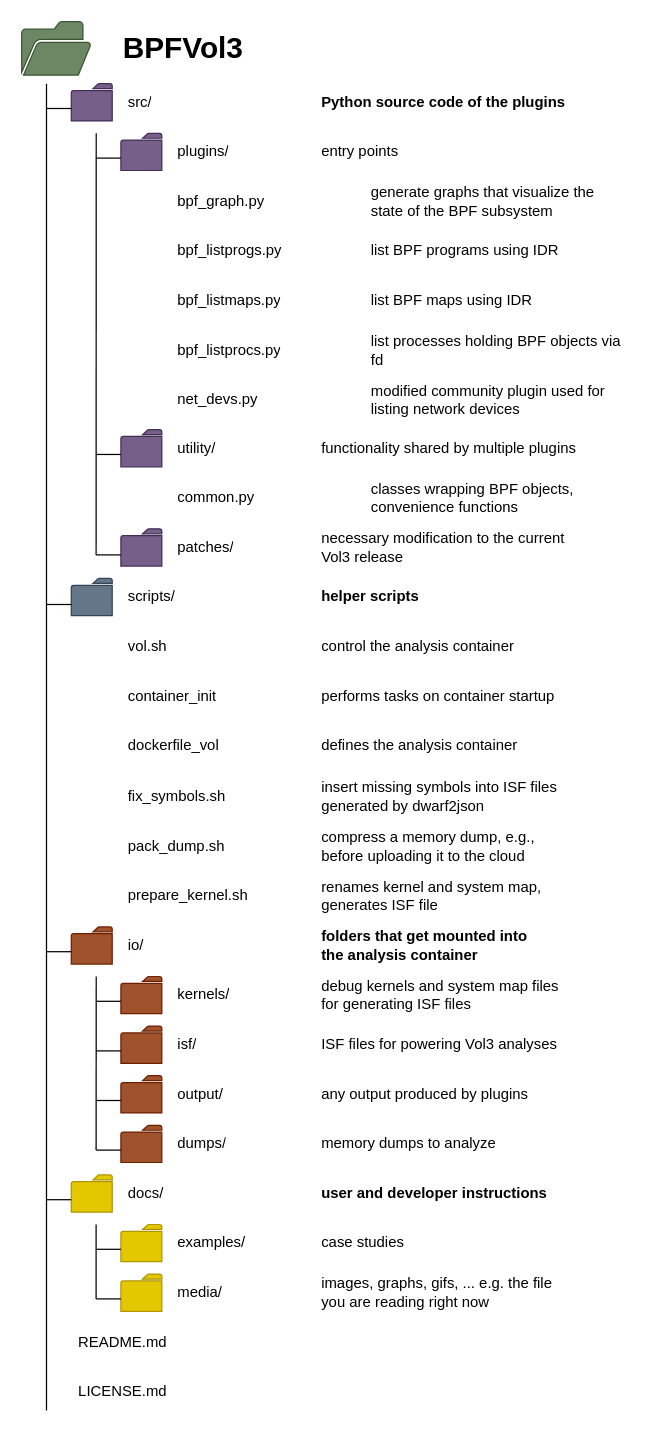
Above: docs/media/general_docs.drawio in vobst/BPFVol3 (draw.io), before the change. Source tidied: cells renumbered, new cells numbered last; positions are measured from the earlier drawing's top-left corner, leaving out a move shared by most shapes. Both pictures are drawn from the tidied source at 124%, with x=0, y=0 at pixel (21, 21).
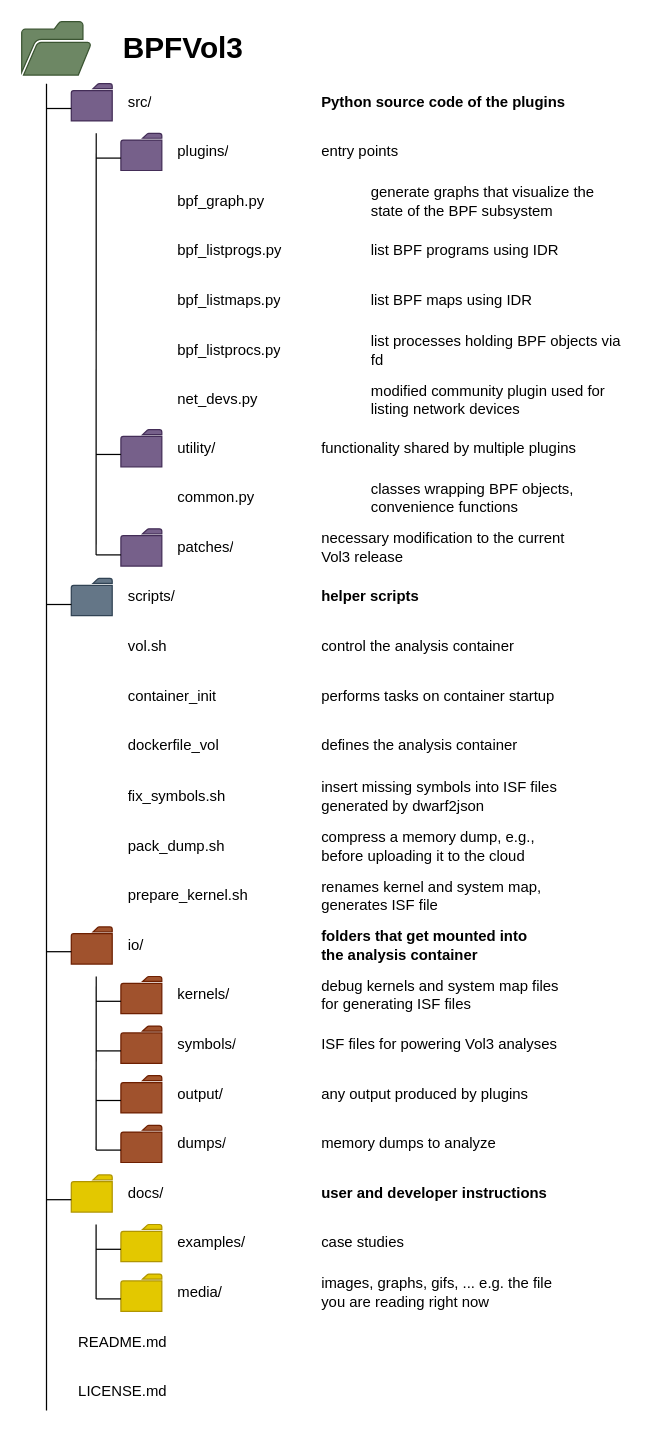
The same diagram, later.

Change to the diagram source:
```diff
@@
-    <mxCell id="22" value="isf/" style="text;strokeColor=none;fillColor=none;align=left;verticalAlign=middle;spacingLeft=4;spacingRight=4;overflow=hidden;whiteSpace=wrap;html=1;" parent="1" vertex="1">
+    <mxCell id="22" value="symbols/" style="text;strokeColor=none;fillColor=none;align=left;verticalAlign=middle;spacingLeft=4;spacingRight=4;overflow=hidden;whiteSpace=wrap;html=1;" parent="1" vertex="1">
       <mxGeometry x="120" y="810" width="80" height="30" as="geometry" />
     </mxCell>
```
